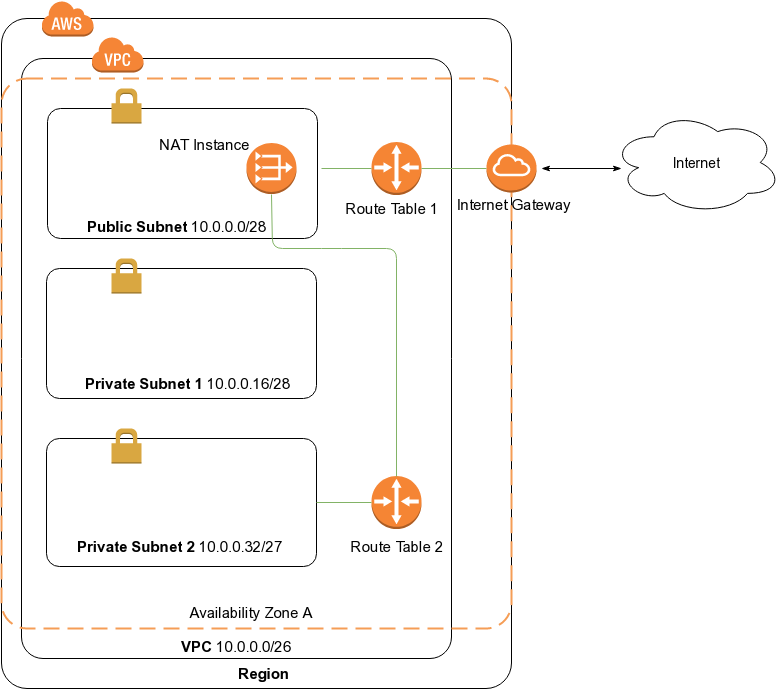
Before: media/crawler/ten-thousand-feet-aws.png, a diagram exported from draw.io (rihenperry/csuci-mscs-thesis-dist-web-crawler). Source tidied: cells renumbered, new cells last; positions are measured from the earlier drawing's top-left corner, leaving out a move shared by most shapes.
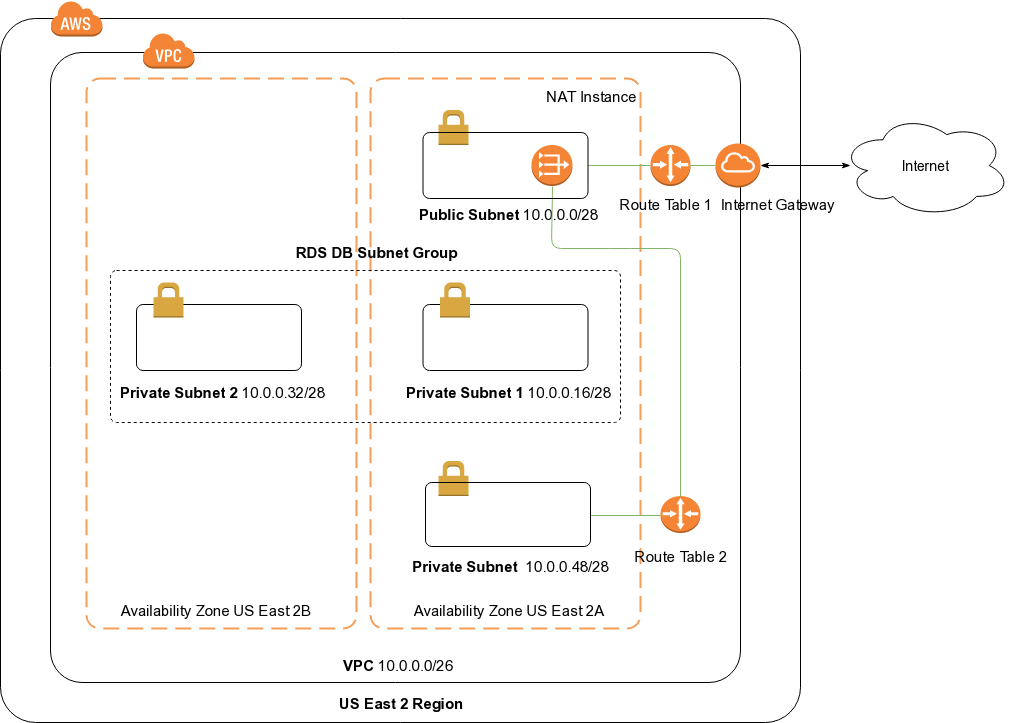
Above is the later version.

Commit message:
aws deploy diagram changes; changelog added

Diff of the diagram source:
```diff
@@ -3,108 +3,127 @@
     <mxCell id="0" />
     <mxCell id="1" parent="0" />
     <mxCell id="2" style="rounded=1;arcSize=5;dashed=0;strokeColor=#000000;fillColor=none;gradientColor=none;strokeWidth=1;shadow=0;comic=0;glass=0;perimeterSpacing=0;" parent="1" vertex="1">
-      <mxGeometry y="18" width="510" height="670" as="geometry" />
+      <mxGeometry x="-10" y="54" width="800" height="704" as="geometry" />
     </mxCell>
     <mxCell id="3" style="dashed=0;html=1;shape=mxgraph.aws3.cloud;fillColor=#F58536;gradientColor=none;dashed=0;" parent="1" vertex="1">
-      <mxGeometry x="40" width="52" height="36" as="geometry" />
+      <mxGeometry x="40" y="36" width="52" height="36" as="geometry" />
     </mxCell>
     <mxCell id="4" style="rounded=1;arcSize=5;dashed=0;strokeColor=#000000;fillColor=none;gradientColor=none;strokeWidth=1;" parent="1" vertex="1">
-      <mxGeometry x="20" y="58" width="430" height="600" as="geometry" />
+      <mxGeometry x="40" y="88" width="690" height="630" as="geometry" />
     </mxCell>
     <mxCell id="5" style="dashed=0;html=1;shape=mxgraph.aws3.virtual_private_cloud;fillColor=#F58536;gradientColor=none;dashed=0;" parent="1" vertex="1">
-      <mxGeometry x="90" y="36" width="52" height="36" as="geometry" />
+      <mxGeometry x="132" y="68" width="52" height="36" as="geometry" />
     </mxCell>
     <mxCell id="6" style="rounded=1;arcSize=5;dashed=1;strokeColor=#F59D56;fillColor=none;gradientColor=none;dashPattern=8 4;strokeWidth=2;" parent="1" vertex="1">
-      <mxGeometry y="78" width="510" height="550" as="geometry" />
+      <mxGeometry x="360" y="114" width="270" height="550" as="geometry" />
     </mxCell>
-    <mxCell id="7" style="rounded=1;arcSize=10;dashed=0;strokeColor=#000000;fillColor=none;gradientColor=none;strokeWidth=1;" parent="1" vertex="1">
-      <mxGeometry x="46" y="108" width="270" height="130" as="geometry" />
+    <mxCell id="7" style="dashed=0;html=1;shape=mxgraph.aws3.permissions;fillColor=#D9A741;gradientColor=none;dashed=0;direction=east;" parent="1" vertex="1">
+      <mxGeometry x="428" y="145.5" width="30" height="35" as="geometry" />
     </mxCell>
-    <mxCell id="8" style="dashed=0;html=1;shape=mxgraph.aws3.permissions;fillColor=#D9A741;gradientColor=none;dashed=0;" parent="1" vertex="1">
-      <mxGeometry x="110" y="88" width="30" height="35" as="geometry" />
+    <mxCell id="8" style="rounded=1;arcSize=10;dashed=0;strokeColor=#000000;fillColor=none;gradientColor=none;strokeWidth=1;" parent="1" vertex="1">
+      <mxGeometry x="412.5" y="340" width="165" height="66" as="geometry" />
     </mxCell>
-    <mxCell id="9" style="rounded=1;arcSize=10;dashed=0;strokeColor=#000000;fillColor=none;gradientColor=none;strokeWidth=1;" parent="1" vertex="1">
-      <mxGeometry x="45" y="268" width="270" height="130" as="geometry" />
+    <mxCell id="9" style="dashed=0;html=1;shape=mxgraph.aws3.permissions;fillColor=#D9A741;gradientColor=none;dashed=0;" parent="1" vertex="1">
+      <mxGeometry x="429.5" y="318" width="30" height="35" as="geometry" />
     </mxCell>
     <mxCell id="10" style="dashed=0;html=1;shape=mxgraph.aws3.permissions;fillColor=#D9A741;gradientColor=none;dashed=0;" parent="1" vertex="1">
-      <mxGeometry x="110" y="258" width="30" height="35" as="geometry" />
+      <mxGeometry x="428" y="496.5" width="30" height="35" as="geometry" />
     </mxCell>
-    <mxCell id="11" style="rounded=1;arcSize=10;dashed=0;strokeColor=#000000;fillColor=none;gradientColor=none;strokeWidth=1;" parent="1" vertex="1">
-      <mxGeometry x="45" y="438" width="270" height="128" as="geometry" />
+    <mxCell id="11" style="outlineConnect=0;dashed=0;verticalLabelPosition=bottom;verticalAlign=top;align=center;html=1;shape=mxgraph.aws3.vpc_nat_gateway;fillColor=#F58536;gradientColor=none;" parent="1" vertex="1">
+      <mxGeometry x="521" y="180.5" width="41" height="41" as="geometry" />
     </mxCell>
-    <mxCell id="12" style="dashed=0;html=1;shape=mxgraph.aws3.permissions;fillColor=#D9A741;gradientColor=none;dashed=0;" parent="1" vertex="1">
-      <mxGeometry x="110" y="428" width="30" height="35" as="geometry" />
+    <mxCell id="12" style="outlineConnect=0;dashed=0;verticalLabelPosition=bottom;verticalAlign=top;align=center;html=1;shape=mxgraph.aws3.router;fillColor=#F58534;gradientColor=none;" parent="1" vertex="1">
+      <mxGeometry x="650" y="531.5" width="40" height="37" as="geometry" />
     </mxCell>
-    <mxCell id="13" style="outlineConnect=0;dashed=0;verticalLabelPosition=bottom;verticalAlign=top;align=center;html=1;shape=mxgraph.aws3.vpc_nat_gateway;fillColor=#F58536;gradientColor=none;" parent="1" vertex="1">
-      <mxGeometry x="245" y="142.5" width="50" height="51" as="geometry" />
+    <mxCell id="13" value="&lt;b&gt;US East 2 Region&lt;/b&gt;" style="text;html=1;strokeColor=none;fillColor=none;align=center;verticalAlign=middle;whiteSpace=wrap;rounded=0;fontStyle=0;fontSize=15;" parent="1" vertex="1">
+      <mxGeometry x="319" y="724" width="142" height="30" as="geometry" />
     </mxCell>
-    <mxCell id="14" style="outlineConnect=0;dashed=0;verticalLabelPosition=bottom;verticalAlign=top;align=center;html=1;shape=mxgraph.aws3.router;fillColor=#F58534;gradientColor=none;" parent="1" vertex="1">
-      <mxGeometry x="370" y="475.5" width="50" height="53" as="geometry" />
+    <mxCell id="14" value="Availability Zone US East 2A" style="text;html=1;strokeColor=none;fillColor=none;align=center;verticalAlign=middle;whiteSpace=wrap;rounded=0;fontSize=15;" parent="1" vertex="1">
+      <mxGeometry x="386.5" y="634" width="222" height="24" as="geometry" />
     </mxCell>
-    <mxCell id="15" style="outlineConnect=0;dashed=0;verticalLabelPosition=bottom;verticalAlign=top;align=center;html=1;shape=mxgraph.aws3.internet_gateway;fillColor=#F58534;gradientColor=none;" parent="1" vertex="1">
-      <mxGeometry x="485" y="144" width="50" height="48" as="geometry" />
+    <mxCell id="15" value="&lt;b&gt;Private Subnet &lt;/b&gt;&amp;nbsp;10.0.0.48/28" style="text;html=1;strokeColor=none;fillColor=none;align=center;verticalAlign=middle;whiteSpace=wrap;rounded=0;fontSize=15;" parent="1" vertex="1">
+      <mxGeometry x="393" y="592" width="215" height="20" as="geometry" />
     </mxCell>
-    <mxCell id="16" value="&lt;b&gt;Region&lt;/b&gt;" style="text;html=1;strokeColor=none;fillColor=none;align=center;verticalAlign=middle;whiteSpace=wrap;rounded=0;fontStyle=0;fontSize=15;" parent="1" vertex="1">
-      <mxGeometry x="225" y="658" width="75" height="30" as="geometry" />
+    <mxCell id="16" value="&lt;b&gt;Private Subnet 1&lt;/b&gt; 10.0.0.16/28" style="text;html=1;strokeColor=none;fillColor=none;align=center;verticalAlign=middle;whiteSpace=wrap;rounded=0;fontSize=15;" parent="1" vertex="1">
+      <mxGeometry x="393" y="418" width="209" height="20" as="geometry" />
     </mxCell>
-    <mxCell id="17" value="Availability Zone A" style="text;html=1;strokeColor=none;fillColor=none;align=center;verticalAlign=middle;whiteSpace=wrap;rounded=0;fontSize=15;" parent="1" vertex="1">
-      <mxGeometry x="183" y="600" width="134" height="24" as="geometry" />
+    <mxCell id="17" value="&lt;b&gt;Public Subnet&lt;/b&gt; 10.0.0.0/28" style="text;html=1;strokeColor=none;fillColor=none;align=center;verticalAlign=middle;whiteSpace=wrap;rounded=0;fontSize=15;" parent="1" vertex="1">
+      <mxGeometry x="396" y="239.5" width="203" height="20" as="geometry" />
     </mxCell>
-    <mxCell id="18" value="&lt;b&gt;Private Subnet 2&lt;/b&gt; 10.0.0.32/27" style="text;html=1;strokeColor=none;fillColor=none;align=center;verticalAlign=middle;whiteSpace=wrap;rounded=0;fontSize=15;" parent="1" vertex="1">
-      <mxGeometry x="70" y="536" width="215" height="20" as="geometry" />
+    <mxCell id="18" value="Internet" style="ellipse;shape=cloud;whiteSpace=wrap;html=1;rounded=1;shadow=0;glass=0;comic=0;strokeWidth=1;fontSize=14;" parent="1" vertex="1">
+      <mxGeometry x="830" y="149.5" width="170" height="103" as="geometry" />
     </mxCell>
-    <mxCell id="19" value="&lt;b&gt;Private Subnet 1&lt;/b&gt; 10.0.0.16/28" style="text;html=1;strokeColor=none;fillColor=none;align=center;verticalAlign=middle;whiteSpace=wrap;rounded=0;fontSize=15;" parent="1" vertex="1">
-      <mxGeometry x="81" y="373" width="209" height="20" as="geometry" />
+    <mxCell id="19" style="endArrow=none;html=1;fontSize=14;exitX=0.5;exitY=1;exitDx=0;exitDy=0;exitPerimeter=0;entryX=0.5;entryY=0;entryDx=0;entryDy=0;entryPerimeter=0;fillColor=#d5e8d4;strokeColor=#82b366;" parent="1" edge="1" source="11" target="12">
+      <mxGeometry relative="1" as="geometry">
+        <Array as="points">
+          <mxPoint x="541" y="284" />
+          <mxPoint x="610" y="284" />
+          <mxPoint x="670" y="284" />
+        </Array>
+      </mxGeometry>
     </mxCell>
-    <mxCell id="20" value="&lt;b&gt;Public Subnet&lt;/b&gt; 10.0.0.0/28" style="text;html=1;strokeColor=none;fillColor=none;align=center;verticalAlign=middle;whiteSpace=wrap;rounded=0;fontSize=15;" parent="1" vertex="1">
-      <mxGeometry x="72.5" y="216" width="203" height="20" as="geometry" />
+    <mxCell id="20" style="outlineConnect=0;dashed=0;verticalLabelPosition=bottom;verticalAlign=top;align=center;html=1;shape=mxgraph.aws3.router;fillColor=#F58534;gradientColor=none;" parent="1" vertex="1">
+      <mxGeometry x="640" y="180.5" width="40" height="41" as="geometry" />
     </mxCell>
-    <mxCell id="21" value="Internet" style="ellipse;shape=cloud;whiteSpace=wrap;html=1;rounded=1;shadow=0;glass=0;comic=0;strokeWidth=1;fontSize=14;" parent="1" vertex="1">
-      <mxGeometry x="610" y="110.5" width="170" height="103" as="geometry" />
+    <mxCell id="21" style="endArrow=none;html=1;fontSize=14;entryX=0;entryY=0.5;entryDx=0;entryDy=0;entryPerimeter=0;fillColor=#d5e8d4;strokeColor=#82b366;" parent="1" edge="1" source="29" target="20">
+      <mxGeometry relative="1" as="geometry" />
     </mxCell>
-    <mxCell id="22" style="endArrow=none;html=1;fontSize=14;exitX=0.5;exitY=1;exitDx=0;exitDy=0;exitPerimeter=0;entryX=0.5;entryY=0;entryDx=0;entryDy=0;entryPerimeter=0;fillColor=#d5e8d4;strokeColor=#82b366;" parent="1" edge="1" source="13" target="14">
-      <mxGeometry relative="1" as="geometry">
-        <Array as="points">
-          <mxPoint x="271" y="248" />
-          <mxPoint x="330" y="248" />
-          <mxPoint x="395" y="248" />
-        </Array>
-      </mxGeometry>
+    <mxCell id="22" value="NAT Instance" style="text;html=1;strokeColor=none;fillColor=none;align=center;verticalAlign=middle;whiteSpace=wrap;rounded=0;shadow=0;glass=0;comic=0;fontSize=15;" parent="1" vertex="1">
+      <mxGeometry x="532.5" y="120" width="95" height="24" as="geometry" />
     </mxCell>
-    <mxCell id="23" style="outlineConnect=0;dashed=0;verticalLabelPosition=bottom;verticalAlign=top;align=center;html=1;shape=mxgraph.aws3.router;fillColor=#F58534;gradientColor=none;" parent="1" vertex="1">
-      <mxGeometry x="370" y="141.5" width="50" height="53" as="geometry" />
+    <mxCell id="23" style="endArrow=none;html=1;fontSize=14;fillColor=#d5e8d4;strokeColor=#82b366;" parent="1" edge="1">
+      <mxGeometry relative="1" as="geometry">
+        <mxPoint x="650" y="551" as="sourcePoint" />
+        <mxPoint x="580" y="551" as="targetPoint" />
+      </mxGeometry>
     </mxCell>
-    <mxCell id="24" style="endArrow=none;html=1;fontSize=14;entryX=0;entryY=0.5;entryDx=0;entryDy=0;entryPerimeter=0;fillColor=#d5e8d4;strokeColor=#82b366;" parent="1" edge="1" target="23">
-      <mxGeometry relative="1" as="geometry">
-        <mxPoint x="320" y="168" as="sourcePoint" />
-      </mxGeometry>
+    <mxCell id="24" value="Internet Gateway" style="text;html=1;strokeColor=none;fillColor=none;align=center;verticalAlign=middle;whiteSpace=wrap;rounded=0;shadow=0;glass=0;comic=0;fontSize=15;" parent="1" vertex="1">
+      <mxGeometry x="705" y="229.5" width="125" height="20" as="geometry" />
     </mxCell>
-    <mxCell id="25" value="NAT Instance" style="text;html=1;strokeColor=none;fillColor=none;align=center;verticalAlign=middle;whiteSpace=wrap;rounded=0;shadow=0;glass=0;comic=0;fontSize=15;" parent="1" vertex="1">
-      <mxGeometry x="155" y="132" width="95" height="24" as="geometry" />
+    <mxCell id="25" style="endArrow=classicThin;html=1;fontSize=15;startArrow=classicThin;startFill=1;endFill=1;entryX=1;entryY=0.5;entryDx=0;entryDy=0;entryPerimeter=0;exitX=0.059;exitY=0.502;exitDx=0;exitDy=0;exitPerimeter=0;" parent="1" edge="1" source="18" target="31">
+      <mxGeometry relative="1" as="geometry" />
     </mxCell>
-    <mxCell id="26" style="endArrow=none;html=1;fontSize=14;exitX=0;exitY=0.5;exitDx=0;exitDy=0;exitPerimeter=0;fillColor=#d5e8d4;strokeColor=#82b366;" parent="1" edge="1" source="14" target="11">
-      <mxGeometry relative="1" as="geometry" />
+    <mxCell id="26" value="Route Table 2" style="text;html=1;strokeColor=none;fillColor=none;align=center;verticalAlign=middle;whiteSpace=wrap;rounded=0;shadow=0;glass=0;comic=0;fontSize=15;" parent="1" vertex="1">
+      <mxGeometry x="620" y="582" width="100" height="20" as="geometry" />
     </mxCell>
-    <mxCell id="27" style="endArrow=none;html=1;fontSize=14;exitX=1;exitY=0.5;exitDx=0;exitDy=0;exitPerimeter=0;entryX=0;entryY=0.5;entryDx=0;entryDy=0;entryPerimeter=0;fillColor=#d5e8d4;strokeColor=#82b366;" parent="1" edge="1" source="23" target="15">
-      <mxGeometry relative="1" as="geometry" />
+    <mxCell id="27" value="Route Table 1" style="text;html=1;strokeColor=none;fillColor=none;align=center;verticalAlign=middle;whiteSpace=wrap;rounded=0;shadow=0;glass=0;comic=0;fontSize=15;" parent="1" vertex="1">
+      <mxGeometry x="605" y="229.5" width="100" height="20" as="geometry" />
     </mxCell>
-    <mxCell id="28" value="Internet Gateway" style="text;html=1;strokeColor=none;fillColor=none;align=center;verticalAlign=middle;whiteSpace=wrap;rounded=0;shadow=0;glass=0;comic=0;fontSize=15;" parent="1" vertex="1">
-      <mxGeometry x="450" y="193.5" width="125" height="20" as="geometry" />
+    <mxCell id="28" value="&lt;b&gt;VPC&lt;/b&gt; 10.0.0.0/26" style="text;html=1;strokeColor=none;fillColor=none;align=center;verticalAlign=middle;whiteSpace=wrap;rounded=0;fontSize=15;" parent="1" vertex="1">
+      <mxGeometry x="326.5" y="691" width="120" height="20" as="geometry" />
     </mxCell>
-    <mxCell id="29" style="endArrow=classicThin;html=1;fontSize=15;startArrow=classicThin;startFill=1;endFill=1;" parent="1" edge="1">
-      <mxGeometry relative="1" as="geometry">
-        <mxPoint x="620" y="168" as="sourcePoint" />
-        <mxPoint x="540" y="168" as="targetPoint" />
-      </mxGeometry>
+    <mxCell id="29" style="rounded=1;arcSize=10;dashed=0;strokeColor=#000000;fillColor=none;gradientColor=none;strokeWidth=1;" parent="1" vertex="1">
+      <mxGeometry x="412.5" y="168" width="165" height="66" as="geometry" />
     </mxCell>
-    <mxCell id="30" value="Route Table 2" style="text;html=1;strokeColor=none;fillColor=none;align=center;verticalAlign=middle;whiteSpace=wrap;rounded=0;shadow=0;glass=0;comic=0;fontSize=15;" parent="1" vertex="1">
-      <mxGeometry x="345" y="536" width="100" height="20" as="geometry" />
+    <mxCell id="30" style="rounded=1;arcSize=10;dashed=0;strokeColor=#000000;fillColor=none;gradientColor=none;strokeWidth=1;" parent="1" vertex="1">
+      <mxGeometry x="415" y="518" width="165" height="64" as="geometry" />
     </mxCell>
-    <mxCell id="31" value="Route Table 1" style="text;html=1;strokeColor=none;fillColor=none;align=center;verticalAlign=middle;whiteSpace=wrap;rounded=0;shadow=0;glass=0;comic=0;fontSize=15;" parent="1" vertex="1">
-      <mxGeometry x="340" y="198" width="100" height="20" as="geometry" />
+    <mxCell id="31" style="outlineConnect=0;dashed=0;verticalLabelPosition=bottom;verticalAlign=top;align=center;html=1;shape=mxgraph.aws3.internet_gateway;fillColor=#F58534;gradientColor=none;" parent="1" vertex="1">
+      <mxGeometry x="705" y="179" width="45" height="44" as="geometry" />
     </mxCell>
-    <mxCell id="32" value="&lt;b&gt;VPC&lt;/b&gt; 10.0.0.0/26" style="text;html=1;strokeColor=none;fillColor=none;align=center;verticalAlign=middle;whiteSpace=wrap;rounded=0;fontSize=15;" parent="1" vertex="1">
-      <mxGeometry x="174" y="636" width="120" height="20" as="geometry" />
+    <mxCell id="32" style="endArrow=none;html=1;fontSize=14;exitX=1;exitY=0.5;exitDx=0;exitDy=0;exitPerimeter=0;entryX=0;entryY=0.5;entryDx=0;entryDy=0;entryPerimeter=0;fillColor=#d5e8d4;strokeColor=#82b366;" parent="1" edge="1" source="20" target="31">
+      <mxGeometry relative="1" as="geometry" />
     </mxCell>
+    <mxCell id="33" style="rounded=1;arcSize=5;dashed=1;strokeColor=#F59D56;fillColor=none;gradientColor=none;dashPattern=8 4;strokeWidth=2;" parent="1" vertex="1">
+      <mxGeometry x="76" y="114" width="270" height="550" as="geometry" />
+    </mxCell>
+    <mxCell id="34" value="Availability Zone US East 2B" style="text;html=1;strokeColor=none;fillColor=none;align=center;verticalAlign=middle;whiteSpace=wrap;rounded=0;fontSize=15;" parent="1" vertex="1">
+      <mxGeometry x="100" y="634" width="210" height="24" as="geometry" />
+    </mxCell>
+    <mxCell id="35" style="rounded=1;arcSize=10;dashed=0;strokeColor=#000000;fillColor=none;gradientColor=none;strokeWidth=1;" parent="1" vertex="1">
+      <mxGeometry x="126" y="340" width="165" height="66" as="geometry" />
+    </mxCell>
+    <mxCell id="36" style="dashed=0;html=1;shape=mxgraph.aws3.permissions;fillColor=#D9A741;gradientColor=none;dashed=0;" parent="1" vertex="1">
+      <mxGeometry x="143" y="318" width="30" height="35" as="geometry" />
+    </mxCell>
+    <mxCell id="37" value="&lt;b&gt;Private Subnet 2&lt;/b&gt; 10.0.0.32/28" style="text;html=1;strokeColor=none;fillColor=none;align=center;verticalAlign=middle;whiteSpace=wrap;rounded=0;fontSize=15;" parent="1" vertex="1">
+      <mxGeometry x="106.5" y="418" width="209" height="20" as="geometry" />
+    </mxCell>
+    <mxCell id="38" style="rounded=1;whiteSpace=wrap;html=1;arcSize=4;fillColor=none;dashed=1;" parent="1" vertex="1">
+      <mxGeometry x="100" y="306" width="510" height="152" as="geometry" />
+    </mxCell>
+    <mxCell id="39" value="&lt;b&gt;RDS DB Subnet Group&lt;/b&gt;" style="text;html=1;strokeColor=none;fillColor=none;align=center;verticalAlign=middle;whiteSpace=wrap;rounded=0;dashed=1;fontSize=15;" parent="1" vertex="1">
+      <mxGeometry x="271" y="278" width="189" height="20" as="geometry" />
+    </mxCell>
   </root>
 </mxGraphModel>
```
